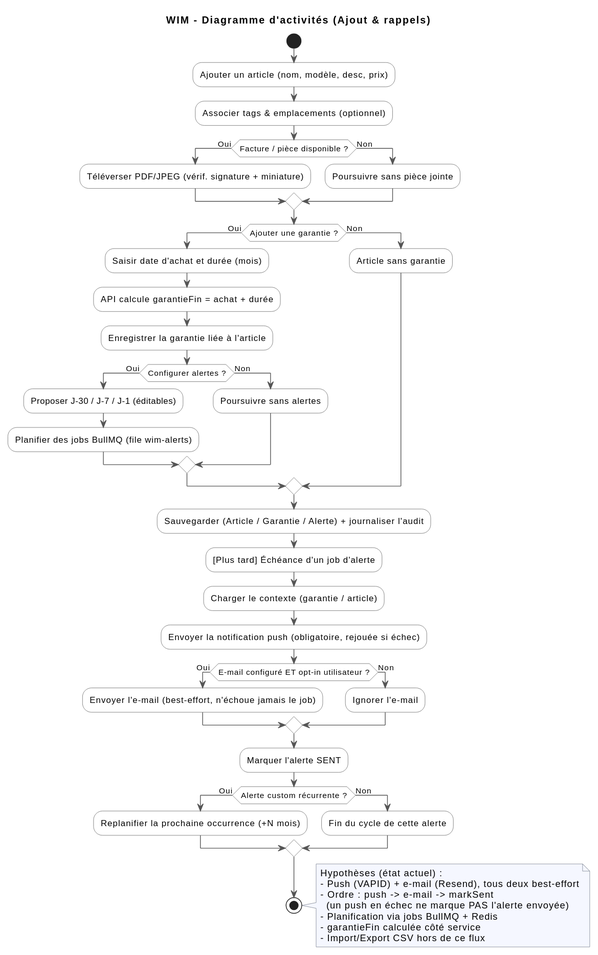
Earlier version of the PlantUML export docs/uml/02-activity-core-flows.svg (SGCSBorges/WIM). Its source is kept beside it as docs/uml/02-activity-core-flows.puml.
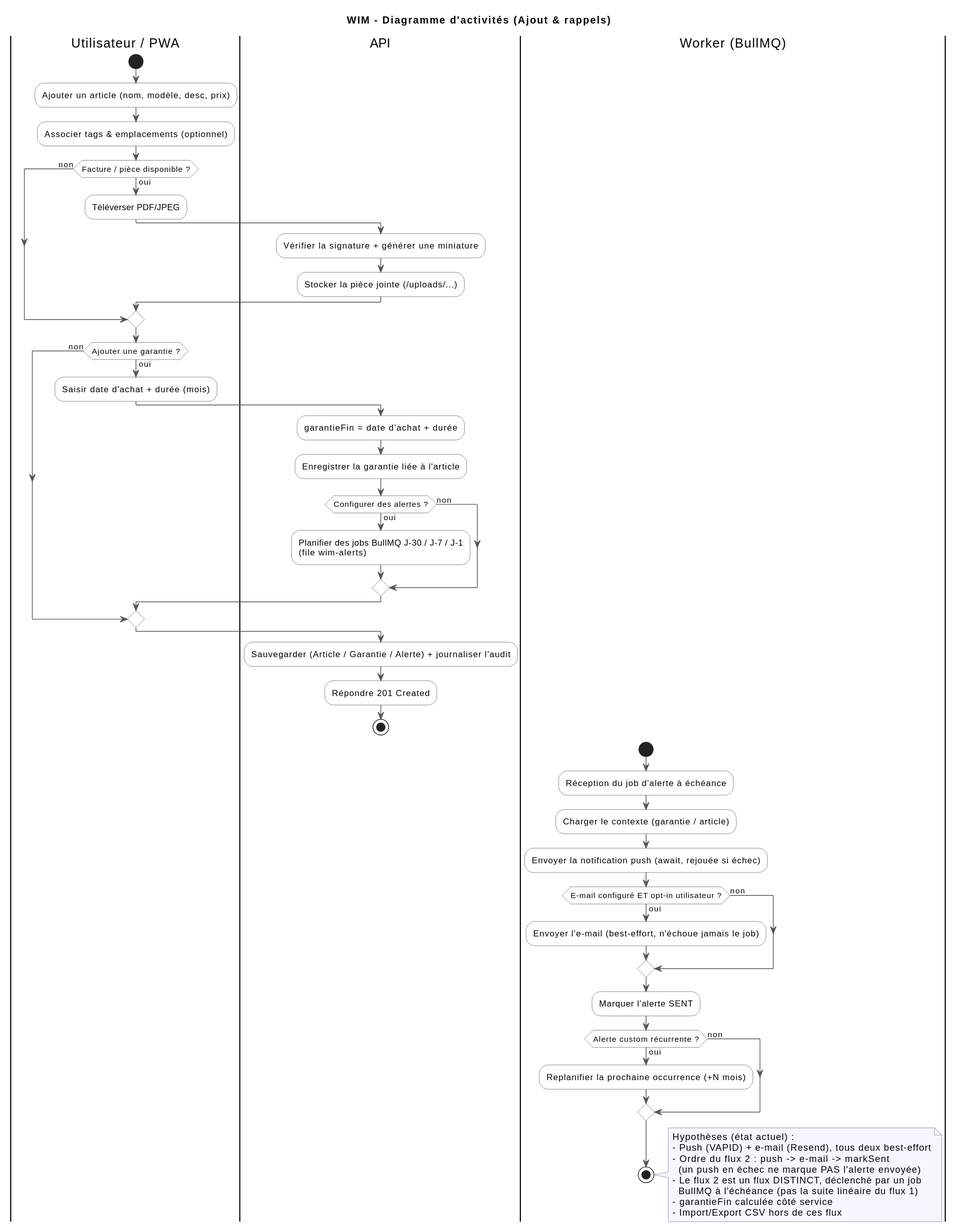
The same diagram one commit later.

Commit message:
docs(uml): fix activity-flow semantics + component-diagram notation

What changed in the source:
```diff
@@ -9,56 +9,58 @@
 skinparam noteBackgroundColor #F5F7FF
 skinparam noteBorderColor #6B7280
 
+|Utilisateur / PWA|
 start
-
 :Ajouter un article (nom, modèle, desc, prix);
 :Associer tags & emplacements (optionnel);
-if (Facture / pièce disponible ?) then (Oui)
-  :Téléverser PDF/JPEG (vérif. signature + miniature);
-else (Non)
-  :Poursuivre sans pièce jointe;
+if (Facture / pièce disponible ?) then (oui)
+  :Téléverser PDF/JPEG;
+  |API|
+  :Vérifier la signature + générer une miniature;
+  :Stocker la pièce jointe (/uploads/...);
+else (non)
 endif
+|Utilisateur / PWA|
+if (Ajouter une garantie ?) then (oui)
+  :Saisir date d'achat + durée (mois);
+  |API|
+  :garantieFin = date d'achat + durée;
+  :Enregistrer la garantie liée à l'article;
+  if (Configurer des alertes ?) then (oui)
+    :Planifier des jobs BullMQ J-30 / J-7 / J-1\n(file wim-alerts);
+  else (non)
+  endif
+else (non)
+  |API|
+endif
+:Sauvegarder (Article / Garantie / Alerte) + journaliser l'audit;
+:Répondre 201 Created;
+stop
 
-if (Ajouter une garantie ?) then (Oui)
-  :Saisir date d'achat et durée (mois);
-  :API calcule garantieFin = achat + durée;
-  :Enregistrer la garantie liée à l'article;
-  if (Configurer alertes ?) then (Oui)
-    :Proposer J-30 / J-7 / J-1 (éditables);
-    :Planifier des jobs BullMQ (file wim-alerts);
-  else (Non)
-    :Poursuivre sans alertes;
-  endif
-else (Non)
-  :Article sans garantie;
-endif
-
-:Sauvegarder (Article / Garantie / Alerte) + journaliser l'audit;
-
-:[Plus tard] Échéance d'un job d'alerte;
+|Worker (BullMQ)|
+start
+:Réception du job d'alerte à échéance;
 :Charger le contexte (garantie / article);
-:Envoyer la notification push (obligatoire, rejouée si échec);
-if (E-mail configuré ET opt-in utilisateur ?) then (Oui)
+:Envoyer la notification push (await, rejouée si échec);
+if (E-mail configuré ET opt-in utilisateur ?) then (oui)
   :Envoyer l'e-mail (best-effort, n'échoue jamais le job);
-else (Non)
-  :Ignorer l'e-mail;
+else (non)
 endif
 :Marquer l'alerte SENT;
-if (Alerte custom récurrente ?) then (Oui)
+if (Alerte custom récurrente ?) then (oui)
   :Replanifier la prochaine occurrence (+N mois);
-else (Non)
-  :Fin du cycle de cette alerte;
+else (non)
 endif
-
 stop
 
 note right
 Hypothèses (état actuel) :
 - Push (VAPID) + e-mail (Resend), tous deux best-effort
-- Ordre : push -> e-mail -> markSent
+- Ordre du flux 2 : push -> e-mail -> markSent
   (un push en échec ne marque PAS l'alerte envoyée)
-- Planification via jobs BullMQ + Redis
+- Le flux 2 est un flux DISTINCT, déclenché par un job
+  BullMQ à l'échéance (pas la suite linéaire du flux 1)
 - garantieFin calculée côté service
-- Import/Export CSV hors de ce flux
+- Import/Export CSV hors de ces flux
 end note
 @enduml
```
